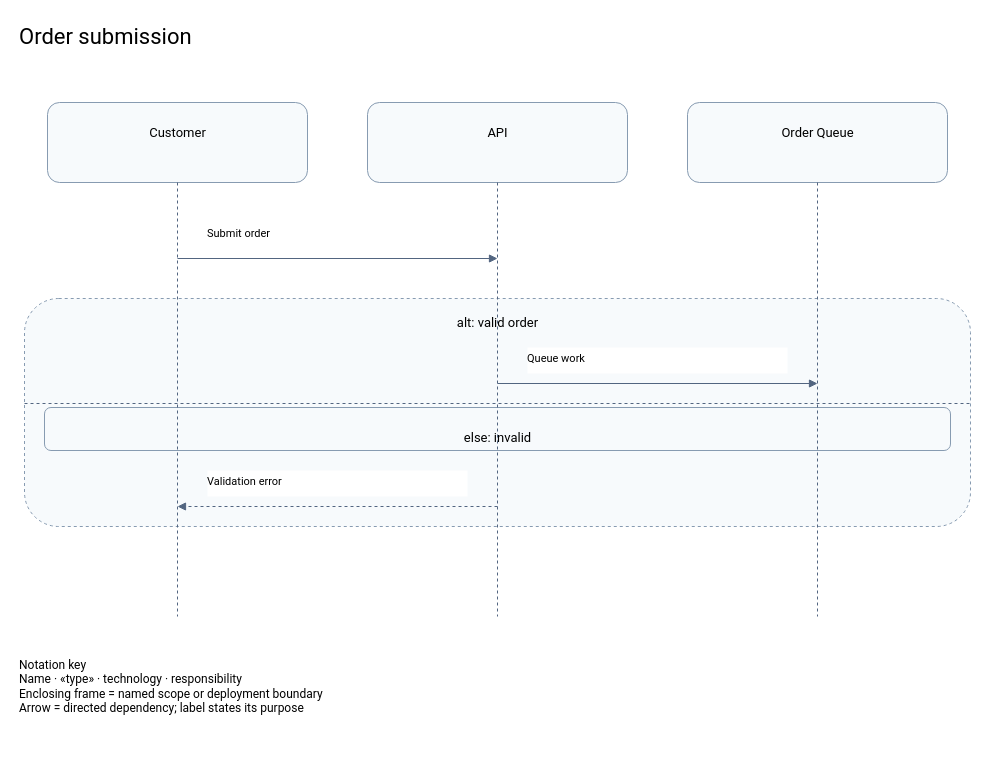
tyler59simon/architecture-suite-plugin keeps this draw.io diagram as examples/cli-features/scenario/scenario.drawio. Above is the earlier version. Source tidied: cells renumbered, new cells numbered last; positions are measured from the earlier drawing's top-left corner, leaving out a move shared by most shapes. Both pictures are drawn from the tidied source at 100%, with x=0, y=0 at pixel (17, 17).
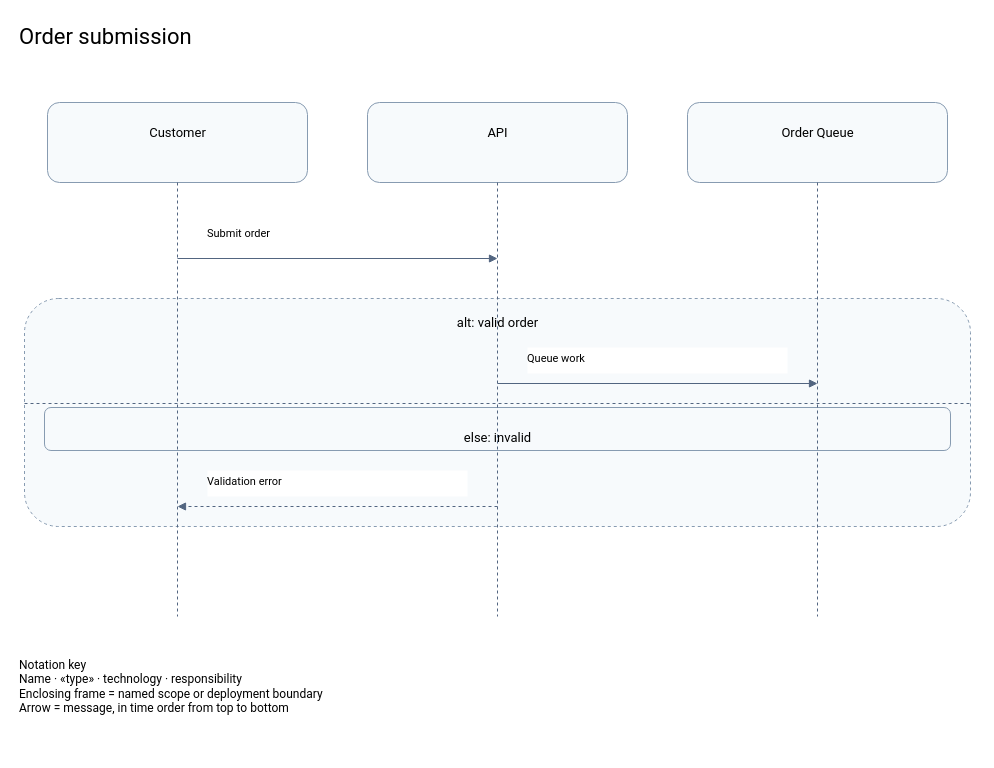
After the change.

The edit, as a diff of the source:
```diff
@@
-    <mxCell id="23" value="Notation key&lt;br&gt;Name · «type» · technology · responsibility&lt;br&gt;Enclosing frame = named scope or deployment boundary&lt;br&gt;Arrow = directed dependency; label states its purpose" style="text;html=1;align=left;fontSize=12;fontFamily=Roboto;" parent="1" vertex="1">
+    <mxCell id="23" value="Notation key&lt;br&gt;Name · «type» · technology · responsibility&lt;br&gt;Enclosing frame = named scope or deployment boundary&lt;br&gt;Arrow = message, in time order from top to bottom" style="text;html=1;align=left;fontSize=12;fontFamily=Roboto;" parent="1" vertex="1">
       <mxGeometry y="634" width="560" height="100" as="geometry" />
     </mxCell>
```
